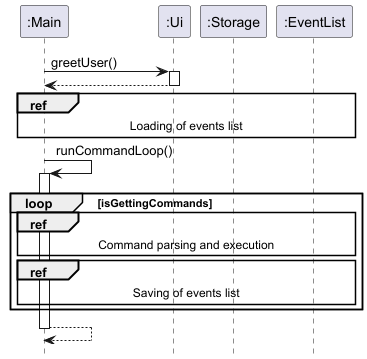
Earlier version of the PlantUML export docs/images/ArchitectureSequenceDiagram.png (nus-cs2113-AY2425S1/tp).
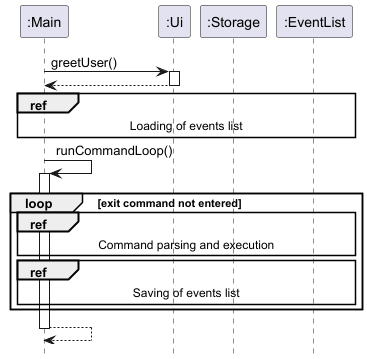
The same file after the commit.

The edit, as a diff of the source:
```diff
@@ -16,7 +16,7 @@
 main -> main : runCommandLoop()
 activate main
 
-loop isGettingCommands
+loop exit command not entered
 ref over main, events :  Command parsing and execution
 ref over main, storage, events : Saving of events list
 end
```
